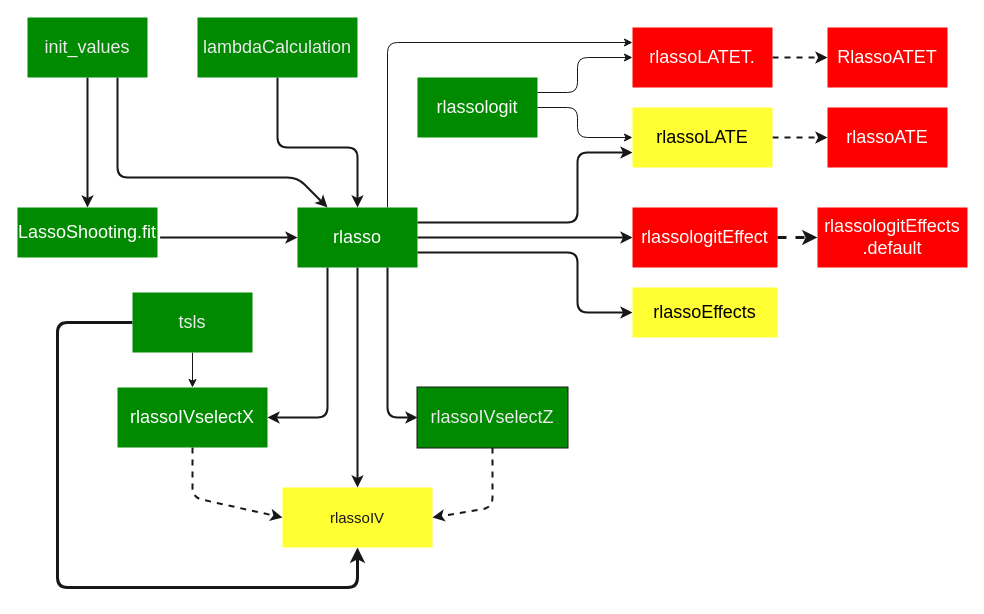
Earlier version of the draw.io diagram functions_hdm.drawio (d2cml-ai/HDMjl.jl). Source tidied: cells renumbered, new cells numbered last; positions are measured from the earlier drawing's top-left corner, leaving out a move shared by most shapes. Both pictures are drawn from the tidied source at 100%, with x=0, y=0 at pixel (17, 17).
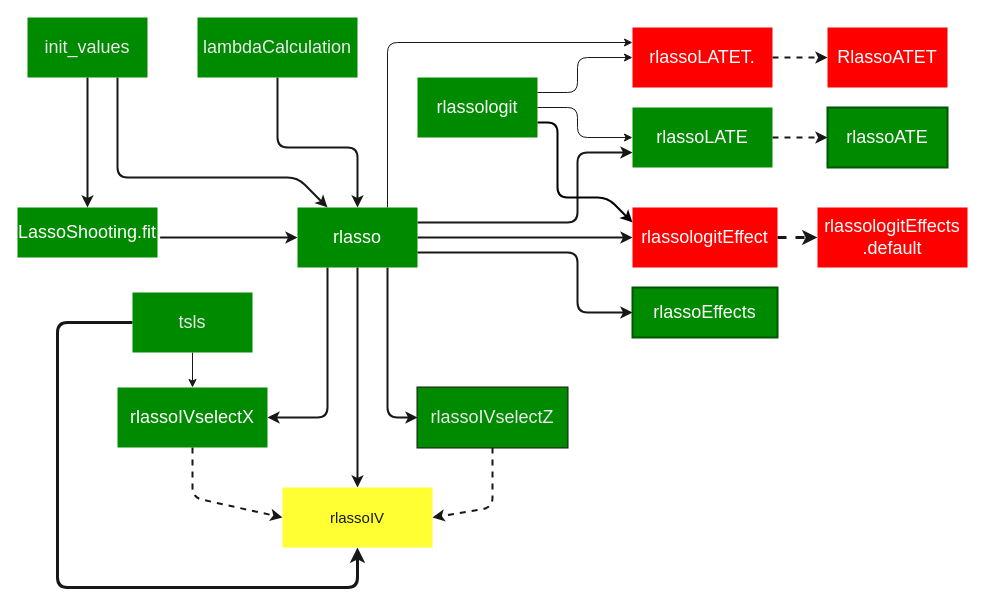
The same diagram, later.

The change refers to these unchanged cells:
```xml
<mxCell id="19" value="rlassologitEffect" style="whiteSpace=wrap;html=1;fontSize=18;fontColor=#FFFFFF;strokeColor=none;strokeWidth=2;fillColor=#FF0000;gradientColor=none;gradientDirection=north;" parent="1" vertex="1">
  <mxGeometry x="615" y="190" width="145" height="60" as="geometry" />
</mxCell>
<mxCell id="38" value="rlassologit" style="whiteSpace=wrap;html=1;fontSize=18;fontColor=#FAFAFA;strokeColor=none;strokeWidth=2;fillColor=#008a00;gradientColor=none;gradientDirection=north;labelBackgroundColor=none;" parent="1" vertex="1">
  <mxGeometry x="400" y="60" width="120" height="60" as="geometry" />
</mxCell>
```

Diff of the diagram source:
```diff
@@
-    <mxCell id="17" value="rlassoEffects" style="whiteSpace=wrap;html=1;fontSize=18;strokeColor=none;strokeWidth=2;fillColor=#FFFF33;fontColor=#000000;gradientColor=none;" parent="1" vertex="1">
+    <mxCell id="17" value="rlassoEffects" style="whiteSpace=wrap;html=1;fontSize=18;strokeColor=#005700;strokeWidth=2;fillColor=#008a00;fontColor=#ffffff;" parent="1" vertex="1">
       <mxGeometry x="615" y="270" width="145" height="50" as="geometry" />
     </mxCell>
@@
-    <mxCell id="20" value="rlassoATE" style="whiteSpace=wrap;html=1;fontSize=18;fontColor=#FFFFFF;strokeColor=none;strokeWidth=2;fillColor=#FF0000;gradientColor=none;gradientDirection=north;" parent="1" vertex="1">
+    <mxCell id="20" value="rlassoATE" style="whiteSpace=wrap;html=1;fontSize=18;fontColor=#ffffff;strokeColor=#005700;strokeWidth=2;fillColor=#008a00;gradientDirection=north;" parent="1" vertex="1">
       <mxGeometry x="810" y="90" width="120" height="60" as="geometry" />
     </mxCell>
@@
-    <mxCell id="22" value="rlassoLATE" style="whiteSpace=wrap;html=1;fontSize=18;fontColor=#000000;strokeColor=none;strokeWidth=2;fillColor=#FFFF33;gradientColor=none;gradientDirection=north;" parent="1" vertex="1">
+    <mxCell id="22" value="rlassoLATE" style="whiteSpace=wrap;html=1;fontSize=18;fontColor=#ffffff;strokeColor=none;strokeWidth=2;fillColor=#008a00;gradientDirection=north;" parent="1" vertex="1">
       <mxGeometry x="615" y="90" width="140" height="60" as="geometry" />
     </mxCell>
@@
+    <mxCell id="39" style="edgeStyle=none;html=1;exitX=1;exitY=0.75;exitDx=0;exitDy=0;entryX=0;entryY=0.25;entryDx=0;entryDy=0;strokeColor=#000000;strokeWidth=2;" parent="1" edge="1" source="38" target="19">
+      <mxGeometry relative="1" as="geometry">
+        <Array as="points">
+          <mxPoint x="540" y="105" />
+          <mxPoint x="540" y="180" />
+          <mxPoint x="590" y="180" />
+        </Array>
+      </mxGeometry>
+    </mxCell>
```
